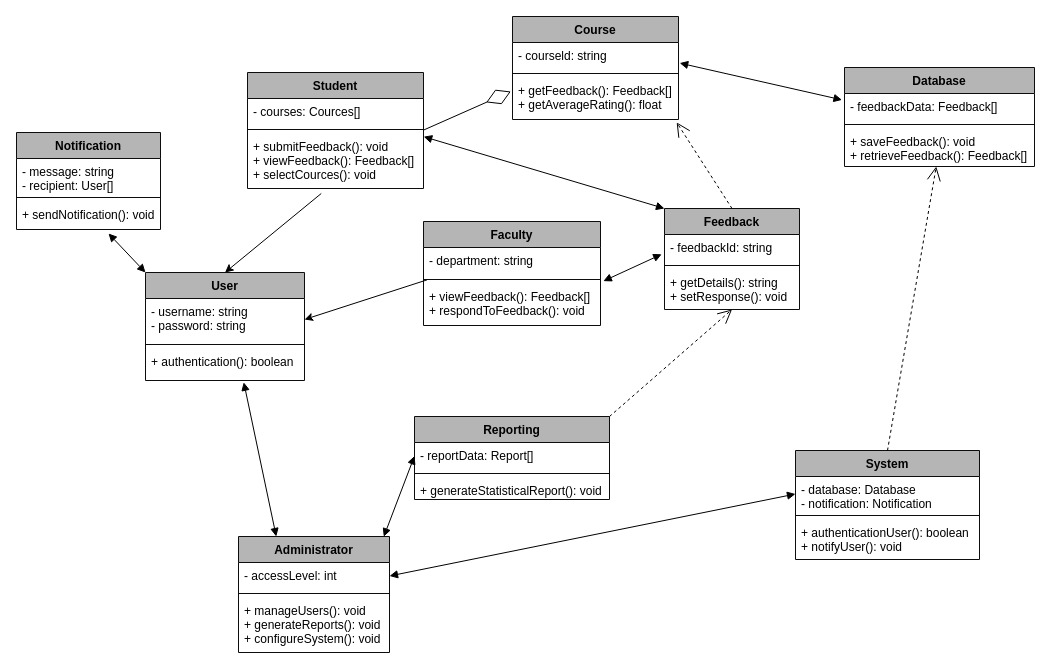
drshahizan/software-engineering keeps this draw.io diagram as project/drawio/limapuluh/classdiagram.drawio. Above is the earlier version. Source tidied: cells renumbered, new cells numbered last; positions are measured from the earlier drawing's top-left corner, leaving out a move shared by most shapes. Both pictures are drawn from the tidied source at 100%, with x=0, y=0 at pixel (16, 16).
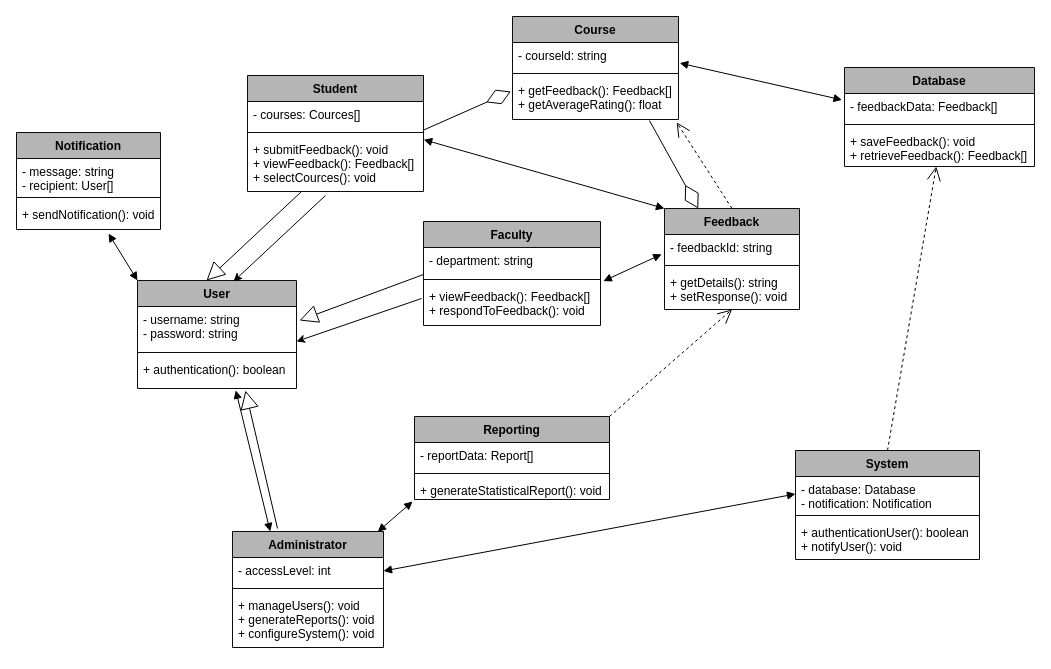
After the change.

The change refers to these unchanged cells:
```xml
<mxCell id="3" value="- username: string&#10;- password: string" style="text;strokeColor=none;fillColor=none;align=left;verticalAlign=top;spacingLeft=4;spacingRight=4;overflow=hidden;points=[[0,0.5],[1,0.5]];portConstraint=eastwest;fontColor=#000000;" parent="2" vertex="1">
  <mxGeometry y="26" width="159" height="42" as="geometry" />
</mxCell>
<mxCell id="5" value="+ authentication(): boolean" style="text;strokeColor=none;fillColor=none;align=left;verticalAlign=top;spacingLeft=4;spacingRight=4;overflow=hidden;points=[[0,0.5],[1,0.5]];portConstraint=eastwest;fontColor=#000000;" parent="2" vertex="1">
  <mxGeometry y="76" width="159" height="32" as="geometry" />
</mxCell>
<mxCell id="9" value="+ submitFeedback(): void&#10;+ viewFeedback(): Feedback[]&#10;+ selectCources(): void" style="text;strokeColor=none;fillColor=none;align=left;verticalAlign=top;spacingLeft=4;spacingRight=4;overflow=hidden;points=[[0,0.5],[1,0.5]];portConstraint=eastwest;fontColor=#000000;" parent="6" vertex="1">
  <mxGeometry y="61" width="176" height="55" as="geometry" />
</mxCell>
<mxCell id="10" value="Faculty" style="swimlane;fontStyle=1;align=center;verticalAlign=top;horizontal=1;startSize=26;strokeColor=#0d0d0d;fontColor=#000000;fillColor=#b5b5b5;" parent="1" vertex="1">
  <mxGeometry x="407" y="205" width="177" height="104" as="geometry" />
</mxCell>
<mxCell id="13" value="+ viewFeedback(): Feedback[]&#10;+ respondToFeedback(): void" style="text;strokeColor=none;fillColor=none;align=left;verticalAlign=top;spacingLeft=4;spacingRight=4;overflow=hidden;points=[[0,0.5],[1,0.5]];portConstraint=eastwest;fontColor=#000000;" parent="10" vertex="1">
  <mxGeometry y="62" width="177" height="42" as="geometry" />
</mxCell>
<mxCell id="21" value="+ getFeedback(): Feedback[]&#10;+ getAverageRating(): float" style="text;strokeColor=none;fillColor=none;align=left;verticalAlign=top;spacingLeft=4;spacingRight=4;overflow=hidden;points=[[0,0.5],[1,0.5]];portConstraint=eastwest;fontColor=#000000;" parent="18" vertex="1">
  <mxGeometry y="61" width="166" height="42" as="geometry" />
</mxCell>
<mxCell id="22" value="Feedback" style="swimlane;fontStyle=1;align=center;verticalAlign=top;horizontal=1;startSize=26;strokeColor=#0d0d0d;fontColor=#000000;fillColor=#b5b5b5;" parent="1" vertex="1">
  <mxGeometry x="648" y="192" width="135" height="101" as="geometry" />
</mxCell>
<mxCell id="35" value="- reportData: Report[]" style="text;strokeColor=none;fillColor=none;align=left;verticalAlign=top;spacingLeft=4;spacingRight=4;overflow=hidden;points=[[0,0.5],[1,0.5]];portConstraint=eastwest;fontColor=#000000;" parent="34" vertex="1">
  <mxGeometry y="26" width="195" height="27" as="geometry" />
</mxCell>
<mxCell id="37" value="+ generateStatisticalReport(): void" style="text;strokeColor=none;fillColor=none;align=left;verticalAlign=top;spacingLeft=4;spacingRight=4;overflow=hidden;points=[[0,0.5],[1,0.5]];portConstraint=eastwest;fontColor=#000000;" parent="34" vertex="1">
  <mxGeometry y="61" width="195" height="22" as="geometry" />
</mxCell>
```

Change to the diagram source:
```diff
@@
     <mxCell id="2" value="User" style="swimlane;fontStyle=1;align=center;verticalAlign=top;horizontal=1;startSize=26;strokeColor=#0d0d0d;fontColor=#000000;fillColor=#b5b5b5;" parent="1" vertex="1">
-      <mxGeometry x="129" y="256" width="159" height="108" as="geometry" />
+      <mxGeometry x="121" y="264" width="159" height="108" as="geometry" />
     </mxCell>
@@
     <mxCell id="6" value="Student" style="swimlane;fontStyle=1;align=center;verticalAlign=top;horizontal=1;startSize=26;strokeColor=#0d0d0d;fontColor=#000000;fillColor=#b5b5b5;" parent="1" vertex="1">
-      <mxGeometry x="231" y="56" width="176" height="116" as="geometry" />
+      <mxGeometry x="231" y="59" width="176" height="116" as="geometry" />
     </mxCell>
@@
+    <mxCell id="55" style="endArrow=block;endSize=16;endFill=0;html=1;entryX=1.019;entryY=0.333;entryDx=0;entryDy=0;entryPerimeter=0;strokeColor=#000000;" parent="10" edge="1" target="3">
+      <mxGeometry x="0.25" y="-19" relative="1" as="geometry">
+        <mxPoint y="53" as="sourcePoint" />
+      </mxGeometry>
+    </mxCell>
@@
     <mxCell id="14" value="Administrator" style="swimlane;fontStyle=1;align=center;verticalAlign=top;horizontal=1;startSize=26;strokeColor=#0d0d0d;fontColor=#000000;fillColor=#b5b5b5;" parent="1" vertex="1">
-      <mxGeometry x="222" y="520" width="151" height="116" as="geometry" />
+      <mxGeometry x="216" y="515" width="151" height="116" as="geometry" />
     </mxCell>
@@
-    <mxCell id="42" style="edgeStyle=none;html=1;exitX=0.02;exitY=-0.086;exitDx=0;exitDy=0;entryX=1;entryY=0.5;entryDx=0;entryDy=0;strokeColor=#000000;fontColor=#000000;exitPerimeter=0;" parent="1" edge="1" source="13" target="3">
+    <mxCell id="42" style="edgeStyle=none;html=1;exitX=-0.011;exitY=0.357;exitDx=0;exitDy=0;entryX=1;entryY=0.833;entryDx=0;entryDy=0;strokeColor=#000000;fontColor=#000000;exitPerimeter=0;entryPerimeter=0;" parent="1" edge="1" source="13" target="3">
       <mxGeometry relative="1" as="geometry" />
     </mxCell>
-    <mxCell id="43" style="edgeStyle=none;html=1;exitX=0.419;exitY=1.091;exitDx=0;exitDy=0;entryX=0.5;entryY=0;entryDx=0;entryDy=0;strokeColor=#000000;fontColor=#000000;exitPerimeter=0;" parent="1" edge="1" source="9" target="2">
+    <mxCell id="43" style="edgeStyle=none;html=1;exitX=0.443;exitY=1.073;exitDx=0;exitDy=0;entryX=0.604;entryY=0.009;entryDx=0;entryDy=0;strokeColor=#000000;fontColor=#000000;exitPerimeter=0;entryPerimeter=0;" parent="1" edge="1" source="9" target="2">
       <mxGeometry relative="1" as="geometry" />
     </mxCell>
@@
-    <mxCell id="48" style="endArrow=block;startArrow=block;endFill=1;startFill=1;html=1;strokeColor=#000000;fontColor=#000000;entryX=0;entryY=0.5;entryDx=0;entryDy=0;exitX=0.962;exitY=0.002;exitDx=0;exitDy=0;exitPerimeter=0;" parent="1" edge="1" source="14" target="35">
+    <mxCell id="48" style="endArrow=block;startArrow=block;endFill=1;startFill=1;html=1;strokeColor=#000000;fontColor=#000000;entryX=-0.01;entryY=1.091;entryDx=0;entryDy=0;exitX=0.962;exitY=0.002;exitDx=0;exitDy=0;exitPerimeter=0;entryPerimeter=0;" parent="1" edge="1" source="14" target="37">
       <mxGeometry relative="1" as="geometry" />
     </mxCell>
@@
+    <mxCell id="56" style="endArrow=block;endSize=16;endFill=0;html=1;entryX=0.434;entryY=0;entryDx=0;entryDy=0;entryPerimeter=0;strokeColor=#000000;exitX=0.307;exitY=1;exitDx=0;exitDy=0;exitPerimeter=0;" parent="1" edge="1" source="9" target="2">
+      <mxGeometry relative="1" as="geometry" />
+    </mxCell>
+    <mxCell id="57" style="endArrow=block;endSize=16;endFill=0;html=1;entryX=0.679;entryY=1.063;entryDx=0;entryDy=0;entryPerimeter=0;strokeColor=#000000;exitX=0.298;exitY=-0.026;exitDx=0;exitDy=0;exitPerimeter=0;" parent="1" edge="1" source="14" target="5">
+      <mxGeometry relative="1" as="geometry" />
+    </mxCell>
+    <mxCell id="58" style="endArrow=diamondThin;endFill=0;endSize=24;html=1;strokeColor=#000000;fontColor=#000000;entryX=0.25;entryY=0;entryDx=0;entryDy=0;exitX=0.825;exitY=1.024;exitDx=0;exitDy=0;exitPerimeter=0;" parent="1" edge="1" source="21" target="22">
+      <mxGeometry relative="1" as="geometry" />
+    </mxCell>
```
